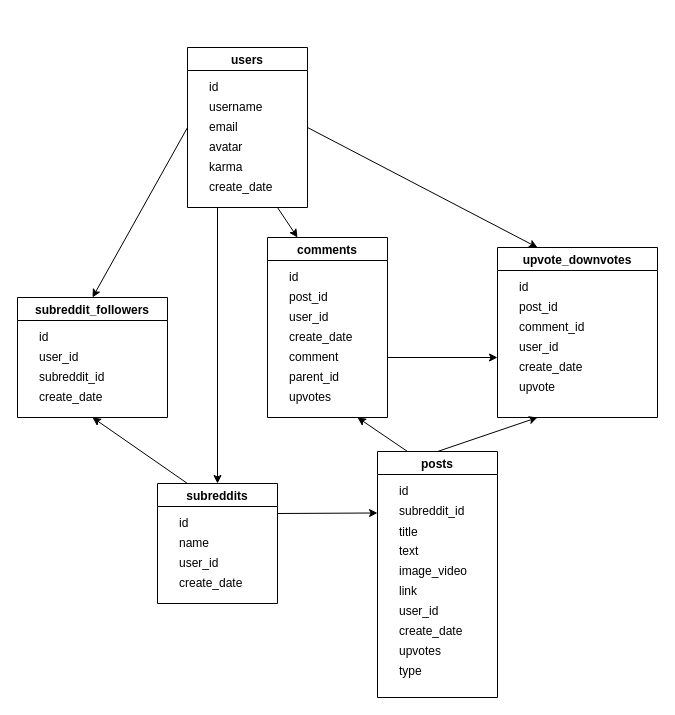
The draw.io diagram schema.drawio in thecodeholic/reddit-clone-deno, before the edit. Source tidied: cells renumbered, new cells numbered last; positions are measured from the earlier drawing's top-left corner, leaving out a move shared by most shapes. Both pictures are drawn from the tidied source at 100%, with x=0, y=0 at pixel (17, 47).
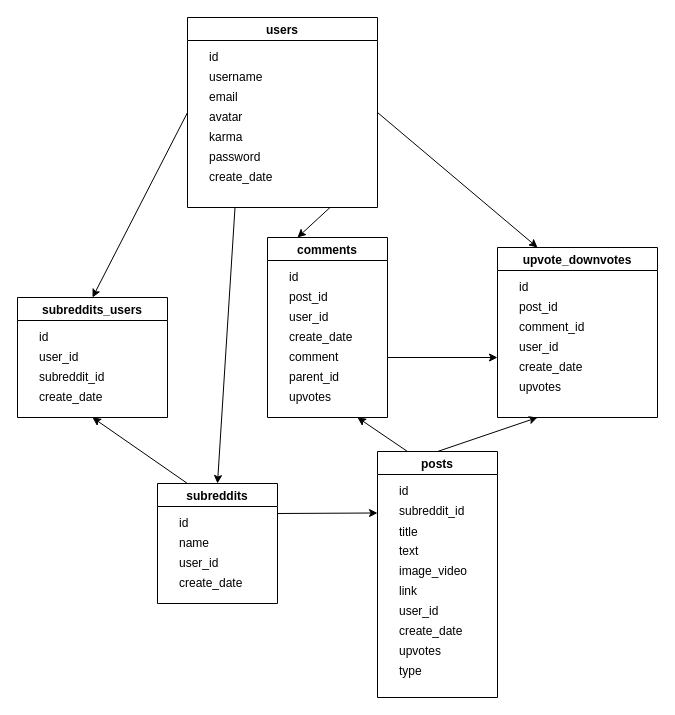
The same diagram, later.

The change refers to these unchanged cells:
```xml
<mxCell id="47" value="upvote_downvotes" style="swimlane;startSize=23;" parent="1" vertex="1">
  <mxGeometry x="480" y="200" width="160" height="170" as="geometry" />
</mxCell>
```

What changed in the source:
```diff
@@
     <mxCell id="11" value="users" style="swimlane;" parent="1" vertex="1">
-      <mxGeometry x="170" width="120" height="160" as="geometry" />
+      <mxGeometry x="170" y="-30" width="190" height="190" as="geometry" />
     </mxCell>
@@
     <mxCell id="17" value="create_date" style="text;html=1;strokeColor=none;fillColor=none;align=left;verticalAlign=middle;whiteSpace=wrap;rounded=0;" parent="11" vertex="1">
-      <mxGeometry x="20" y="130" width="170" height="20" as="geometry" />
+      <mxGeometry x="20" y="150" width="170" height="20" as="geometry" />
     </mxCell>
+    <mxCell id="54" value="password" style="text;html=1;strokeColor=none;fillColor=none;align=left;verticalAlign=middle;whiteSpace=wrap;rounded=0;" parent="11" vertex="1">
+      <mxGeometry x="20" y="130" width="170" height="20" as="geometry" />
+    </mxCell>
@@
-    <mxCell id="23" value="subreddit_followers" style="swimlane;" parent="1" vertex="1">
+    <mxCell id="23" value="subreddits_users" style="swimlane;" parent="1" vertex="1">
       <mxGeometry y="250" width="150" height="120" as="geometry" />
     </mxCell>
@@
-    <mxCell id="52" value="upvote" style="text;html=1;strokeColor=none;fillColor=none;align=left;verticalAlign=middle;whiteSpace=wrap;rounded=0;" parent="47" vertex="1">
+    <mxCell id="52" value="upvotes" style="text;html=1;strokeColor=none;fillColor=none;align=left;verticalAlign=middle;whiteSpace=wrap;rounded=0;" parent="47" vertex="1">
       <mxGeometry x="20" y="130" width="70" height="20" as="geometry" />
     </mxCell>
```
